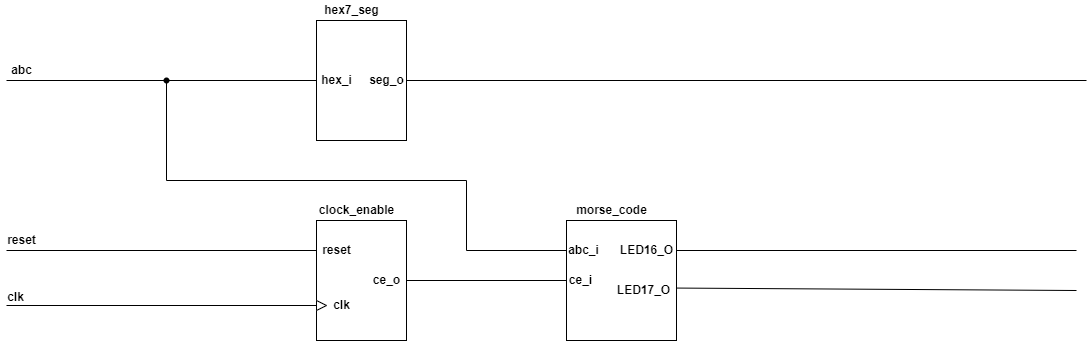
This is labs/project/top.png from Marxs31/digital-electronics-1, a draw.io export, as it was before one commit. Source tidied: cells renumbered, new cells last; positions are measured from the earlier drawing's top-left corner, leaving out a move shared by most shapes. Source of this version:
```xml
<mxGraphModel>
  <root>
    <mxCell id="0" />
    <mxCell id="1" parent="0" />
    <mxCell id="2" style="rounded=0;whiteSpace=wrap;html=1;" parent="1" vertex="1">
      <mxGeometry x="316" y="220" width="90" height="120" as="geometry" />
    </mxCell>
    <mxCell id="3" style="rounded=0;whiteSpace=wrap;html=1;" parent="1" vertex="1">
      <mxGeometry x="316" y="20" width="90" height="120" as="geometry" />
    </mxCell>
    <mxCell id="4" style="endArrow=none;html=1;rounded=0;entryX=0;entryY=0.5;entryDx=0;entryDy=0;startArrow=none;" parent="1" edge="1" source="23" target="3">
      <mxGeometry relative="1" as="geometry" />
    </mxCell>
    <mxCell id="5" style="endArrow=none;html=1;rounded=0;entryX=0;entryY=0.25;entryDx=0;entryDy=0;" parent="1" edge="1" target="2">
      <mxGeometry relative="1" as="geometry">
        <mxPoint x="6" y="250" as="sourcePoint" />
      </mxGeometry>
    </mxCell>
    <mxCell id="6" style="endArrow=none;html=1;rounded=0;startArrow=none;exitX=0;exitY=0.5;exitDx=0;exitDy=0;" parent="1" edge="1" source="13">
      <mxGeometry relative="1" as="geometry">
        <mxPoint x="6" y="305" as="targetPoint" />
      </mxGeometry>
    </mxCell>
    <mxCell id="7" style="endArrow=none;html=1;rounded=0;exitX=1;exitY=0.5;exitDx=0;exitDy=0;entryX=0;entryY=0.5;entryDx=0;entryDy=0;" parent="1" edge="1" source="2" target="18">
      <mxGeometry relative="1" as="geometry" />
    </mxCell>
    <mxCell id="8" style="endArrow=none;html=1;rounded=0;exitX=1;exitY=0.5;exitDx=0;exitDy=0;" parent="1" edge="1" source="3">
      <mxGeometry relative="1" as="geometry">
        <mxPoint x="1086" y="80" as="targetPoint" />
      </mxGeometry>
    </mxCell>
    <mxCell id="9" value="&lt;b&gt;hex7_seg&lt;/b&gt;" style="text;html=1;align=center;verticalAlign=middle;strokeColor=none;fillColor=none;" parent="1" vertex="1">
      <mxGeometry x="316" width="70" height="20" as="geometry" />
    </mxCell>
    <mxCell id="10" value="&lt;b&gt;clock_enable&lt;/b&gt;" style="text;html=1;align=center;verticalAlign=middle;strokeColor=none;fillColor=none;" parent="1" vertex="1">
      <mxGeometry x="311" y="200" width="90" height="20" as="geometry" />
    </mxCell>
    <mxCell id="11" value="&lt;b&gt;reset&lt;/b&gt;" style="text;html=1;align=center;verticalAlign=middle;strokeColor=none;fillColor=none;" parent="1" vertex="1">
      <mxGeometry x="316" y="240" width="40" height="20" as="geometry" />
    </mxCell>
    <mxCell id="12" value="&lt;b&gt;clk&lt;/b&gt;" style="text;html=1;align=center;verticalAlign=middle;strokeColor=none;fillColor=none;" parent="1" vertex="1">
      <mxGeometry x="326" y="295" width="30" height="20" as="geometry" />
    </mxCell>
    <mxCell id="13" style="triangle;whiteSpace=wrap;html=1;" parent="1" vertex="1">
      <mxGeometry x="316" y="300" width="10" height="10" as="geometry" />
    </mxCell>
    <mxCell id="14" style="endArrow=none;html=1;rounded=0;exitX=0;exitY=0.75;exitDx=0;exitDy=0;" parent="1" edge="1" source="2" target="13">
      <mxGeometry relative="1" as="geometry" />
    </mxCell>
    <mxCell id="15" value="&lt;b&gt;hex_i&lt;/b&gt;" style="text;html=1;align=center;verticalAlign=middle;strokeColor=none;fillColor=none;" parent="1" vertex="1">
      <mxGeometry x="311" y="70" width="50" height="20" as="geometry" />
    </mxCell>
    <mxCell id="16" value="&lt;b&gt;seg_o&lt;/b&gt;" style="text;html=1;align=center;verticalAlign=middle;strokeColor=none;fillColor=none;" parent="1" vertex="1">
      <mxGeometry x="361" y="70" width="50" height="20" as="geometry" />
    </mxCell>
    <mxCell id="17" value="&lt;b&gt;ce_o&lt;/b&gt;" style="text;html=1;align=center;verticalAlign=middle;strokeColor=none;fillColor=none;" parent="1" vertex="1">
      <mxGeometry x="366" y="270" width="40" height="20" as="geometry" />
    </mxCell>
    <mxCell id="18" style="rounded=0;whiteSpace=wrap;html=1;" parent="1" vertex="1">
      <mxGeometry x="566" y="220" width="110" height="120" as="geometry" />
    </mxCell>
    <mxCell id="19" value="&lt;b&gt;morse_code&lt;/b&gt;" style="text;html=1;align=center;verticalAlign=middle;strokeColor=none;fillColor=none;" parent="1" vertex="1">
      <mxGeometry x="566" y="200" width="90" height="20" as="geometry" />
    </mxCell>
    <mxCell id="20" style="endArrow=none;html=1;rounded=0;exitX=0;exitY=0.25;exitDx=0;exitDy=0;" parent="1" edge="1" source="18">
      <mxGeometry relative="1" as="geometry">
        <mxPoint x="166" y="80" as="targetPoint" />
        <Array as="points">
          <mxPoint x="466" y="250" />
          <mxPoint x="466" y="180" />
          <mxPoint x="166" y="180" />
        </Array>
      </mxGeometry>
    </mxCell>
    <mxCell id="21" value="&lt;b&gt;abc_i&lt;/b&gt;" style="text;html=1;align=center;verticalAlign=middle;strokeColor=none;fillColor=none;" parent="1" vertex="1">
      <mxGeometry x="558" y="240" width="50" height="20" as="geometry" />
    </mxCell>
    <mxCell id="22" value="&lt;b&gt;ce_i&lt;/b&gt;" style="text;html=1;align=center;verticalAlign=middle;strokeColor=none;fillColor=none;" parent="1" vertex="1">
      <mxGeometry x="560" y="270" width="40" height="20" as="geometry" />
    </mxCell>
    <mxCell id="23" style="shape=waypoint;sketch=0;fillStyle=solid;size=6;points=[];fillColor=none;perimeter=centerPerimeter;snapToPoint=1;" parent="1" vertex="1">
      <mxGeometry x="146" y="60" width="40" height="40" as="geometry" />
    </mxCell>
    <mxCell id="24" style="endArrow=none;html=1;rounded=0;entryDx=0;entryDy=0;" parent="1" edge="1" target="23">
      <mxGeometry relative="1" as="geometry">
        <mxPoint x="6" y="80" as="sourcePoint" />
      </mxGeometry>
    </mxCell>
    <mxCell id="25" value="&lt;b&gt;abc&lt;/b&gt;" style="text;html=1;align=center;verticalAlign=middle;strokeColor=none;fillColor=none;" parent="1" vertex="1">
      <mxGeometry x="1" y="60" width="40" height="20" as="geometry" />
    </mxCell>
    <mxCell id="26" value="&lt;b&gt;reset&lt;/b&gt;" style="text;html=1;align=center;verticalAlign=middle;strokeColor=none;fillColor=none;" parent="1" vertex="1">
      <mxGeometry x="1" y="230" width="40" height="20" as="geometry" />
    </mxCell>
    <mxCell id="27" value="&lt;b&gt;clk&lt;/b&gt;" style="text;html=1;align=center;verticalAlign=middle;strokeColor=none;fillColor=none;" parent="1" vertex="1">
      <mxGeometry y="287" width="30" height="20" as="geometry" />
    </mxCell>
    <mxCell id="28" style="endArrow=none;html=1;rounded=0;entryX=1;entryY=0.25;entryDx=0;entryDy=0;" parent="1" edge="1" target="18">
      <mxGeometry relative="1" as="geometry">
        <mxPoint x="1076" y="250" as="sourcePoint" />
      </mxGeometry>
    </mxCell>
    <mxCell id="29" style="endArrow=none;html=1;rounded=0;exitX=1;exitY=0.563;exitDx=0;exitDy=0;exitPerimeter=0;" parent="1" edge="1" source="18">
      <mxGeometry relative="1" as="geometry">
        <mxPoint x="1076" y="290" as="targetPoint" />
      </mxGeometry>
    </mxCell>
    <mxCell id="30" value="&lt;b&gt;LED16_O&lt;/b&gt;" style="text;html=1;align=center;verticalAlign=middle;strokeColor=none;fillColor=none;" parent="1" vertex="1">
      <mxGeometry x="611" y="240" width="70" height="20" as="geometry" />
    </mxCell>
    <mxCell id="31" value="&lt;b&gt;LED17_O&lt;/b&gt;" style="text;html=1;align=center;verticalAlign=middle;strokeColor=none;fillColor=none;" parent="1" vertex="1">
      <mxGeometry x="608" y="280" width="70" height="20" as="geometry" />
    </mxCell>
  </root>
</mxGraphModel>
```
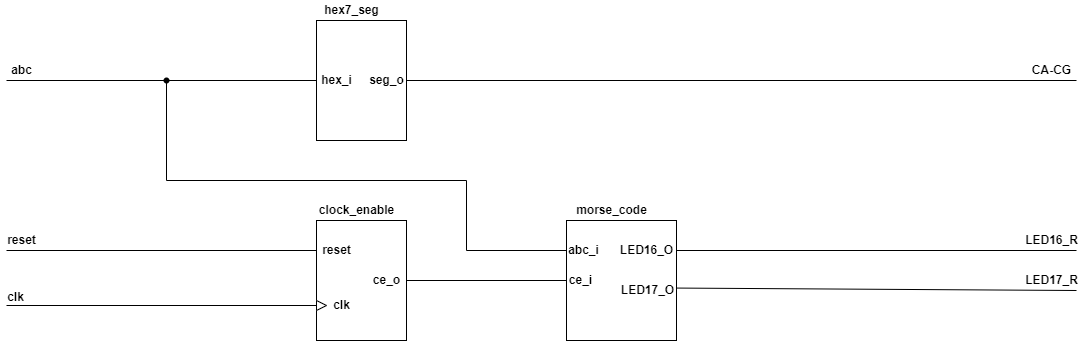
Above is the later version.

The edit, as a diff of the source:
```diff
@@ -26,7 +26,7 @@
     </mxCell>
     <mxCell id="8" style="endArrow=none;html=1;rounded=0;exitX=1;exitY=0.5;exitDx=0;exitDy=0;" parent="1" edge="1" source="3">
       <mxGeometry relative="1" as="geometry">
-        <mxPoint x="1086" y="80" as="targetPoint" />
+        <mxPoint x="1076" y="80" as="targetPoint" />
       </mxGeometry>
     </mxCell>
     <mxCell id="9" value="&lt;b&gt;hex7_seg&lt;/b&gt;" style="text;html=1;align=center;verticalAlign=middle;strokeColor=none;fillColor=none;" parent="1" vertex="1">
@@ -109,7 +109,16 @@
       <mxGeometry x="611" y="240" width="70" height="20" as="geometry" />
     </mxCell>
     <mxCell id="31" value="&lt;b&gt;LED17_O&lt;/b&gt;" style="text;html=1;align=center;verticalAlign=middle;strokeColor=none;fillColor=none;" parent="1" vertex="1">
-      <mxGeometry x="608" y="280" width="70" height="20" as="geometry" />
+      <mxGeometry x="612" y="280" width="70" height="20" as="geometry" />
     </mxCell>
+    <mxCell id="32" value="&lt;b&gt;CA-CG&lt;/b&gt;" style="text;html=1;align=center;verticalAlign=middle;strokeColor=none;fillColor=none;" parent="1" vertex="1">
+      <mxGeometry x="1026" y="60" width="50" height="20" as="geometry" />
+    </mxCell>
+    <mxCell id="33" value="&lt;b&gt;LED16_R&lt;/b&gt;" style="text;html=1;align=center;verticalAlign=middle;strokeColor=none;fillColor=none;" parent="1" vertex="1">
+      <mxGeometry x="1016" y="230" width="70" height="20" as="geometry" />
+    </mxCell>
+    <mxCell id="34" value="&lt;b&gt;LED17_R&lt;/b&gt;" style="text;html=1;align=center;verticalAlign=middle;strokeColor=none;fillColor=none;" parent="1" vertex="1">
+      <mxGeometry x="1016" y="270" width="70" height="20" as="geometry" />
+    </mxCell>
   </root>
 </mxGraphModel>
```
